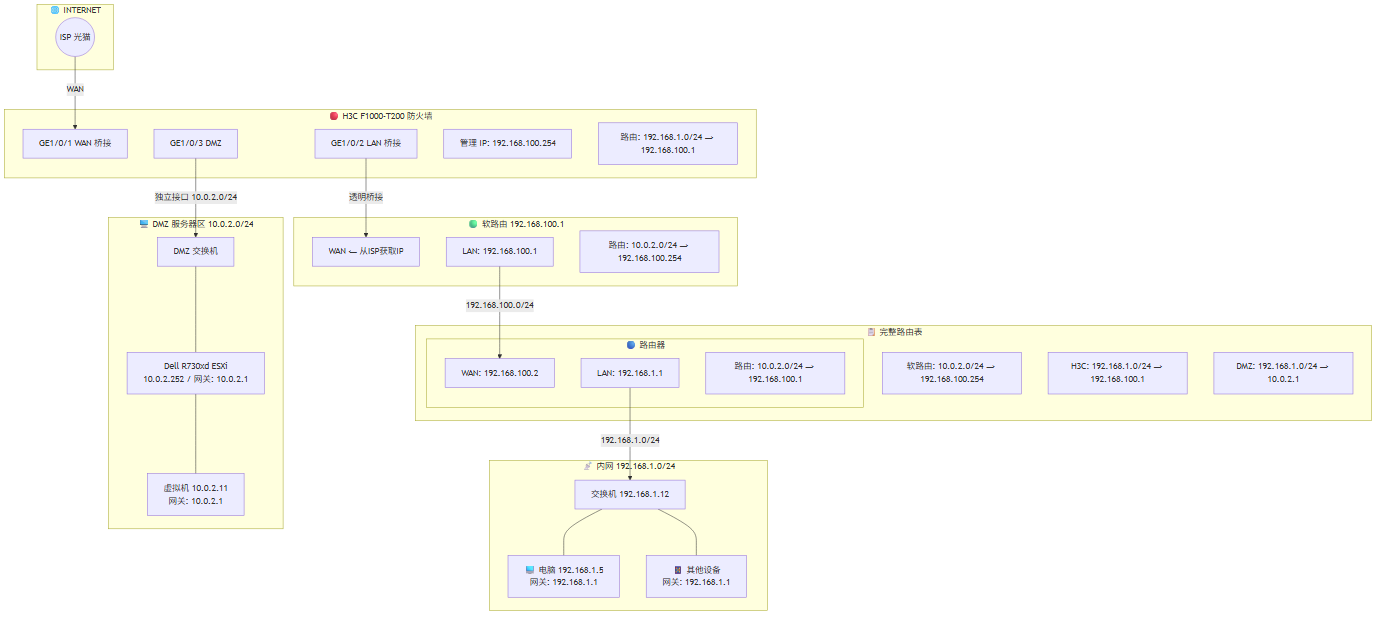
This is source/img/topo-full.png from never-give-up-cn/myhome, a Mermaid export, as it was before one commit. Its source is kept beside it as source/img/topo-full.mmd.
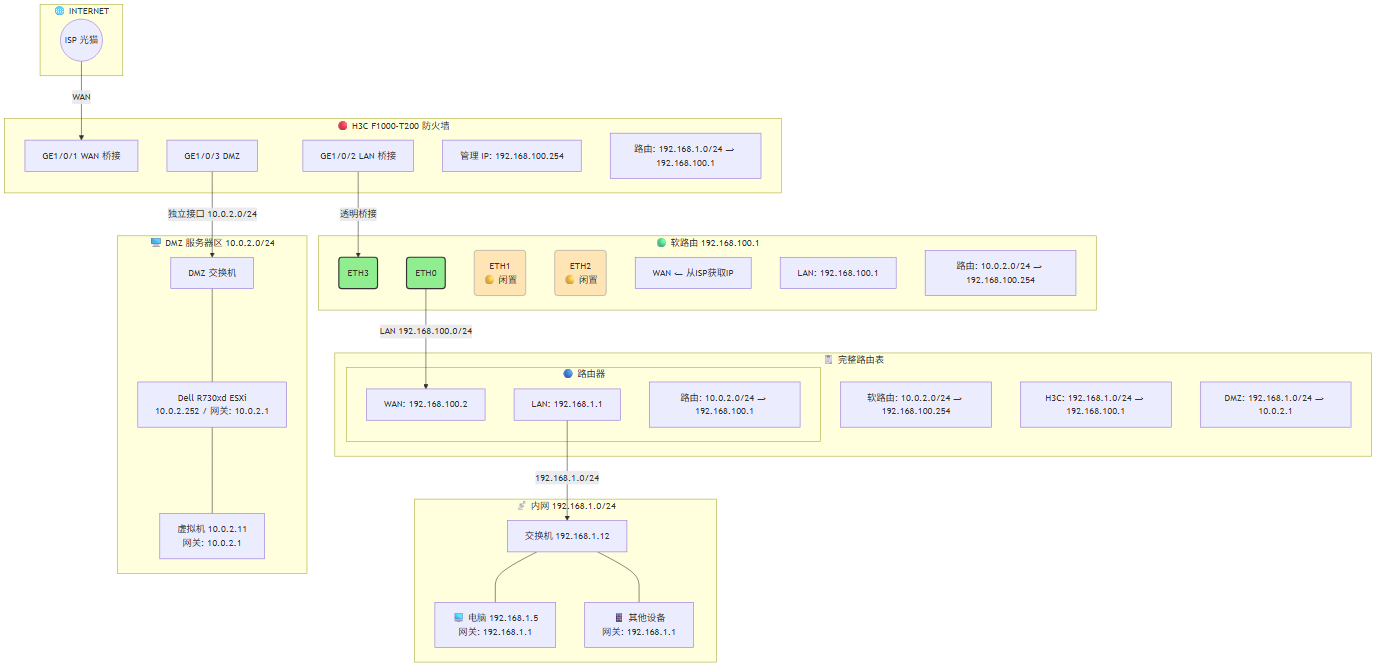
The same diagram one commit later.

Commit message:
fix: 补充软路由物理端口映射（ETH3→防火墙，ETH0→LAN）

The edit, as a diff of the source:
```diff
@@ -12,6 +12,10 @@
     end
 
     subgraph SR["🟢 软路由 192.168.100.1"]
+        ETH3("ETH3"):::port
+        ETH0("ETH0"):::port
+        ETH1("ETH1<br/>🟡 闲置"):::port_idle
+        ETH2("ETH2<br/>🟡 闲置"):::port_idle
         SR_WAN["WAN ← 从ISP获取IP"]
         SR_LAN["LAN: 192.168.100.1"]
         SR_R["路由: 10.0.2.0/24 → 192.168.100.254"]
@@ -36,8 +40,8 @@
     end
 
     ISP -->|"WAN"| GE1
-    GE2 -->|"透明桥接"| SR_WAN
-    SR_LAN -->|"192.168.100.0/24"| R2_WAN
+    GE2 -->|"透明桥接"| ETH3
+    ETH0 -->|"LAN 192.168.100.0/24"| R2_WAN
     R2_LAN -->|"192.168.1.0/24"| SW
     SW --- PC
     SW --- OTHER
@@ -51,3 +55,6 @@
         R3["H3C: 192.168.1.0/24 → 192.168.100.1"]
         R4["DMZ: 192.168.1.0/24 → 10.0.2.1"]
     end
+
+    classDef port fill:#90EE90,stroke:#333,stroke-width:2
+    classDef port_idle fill:#FFE4B5,stroke:#999,stroke-width:1,dashed
```
